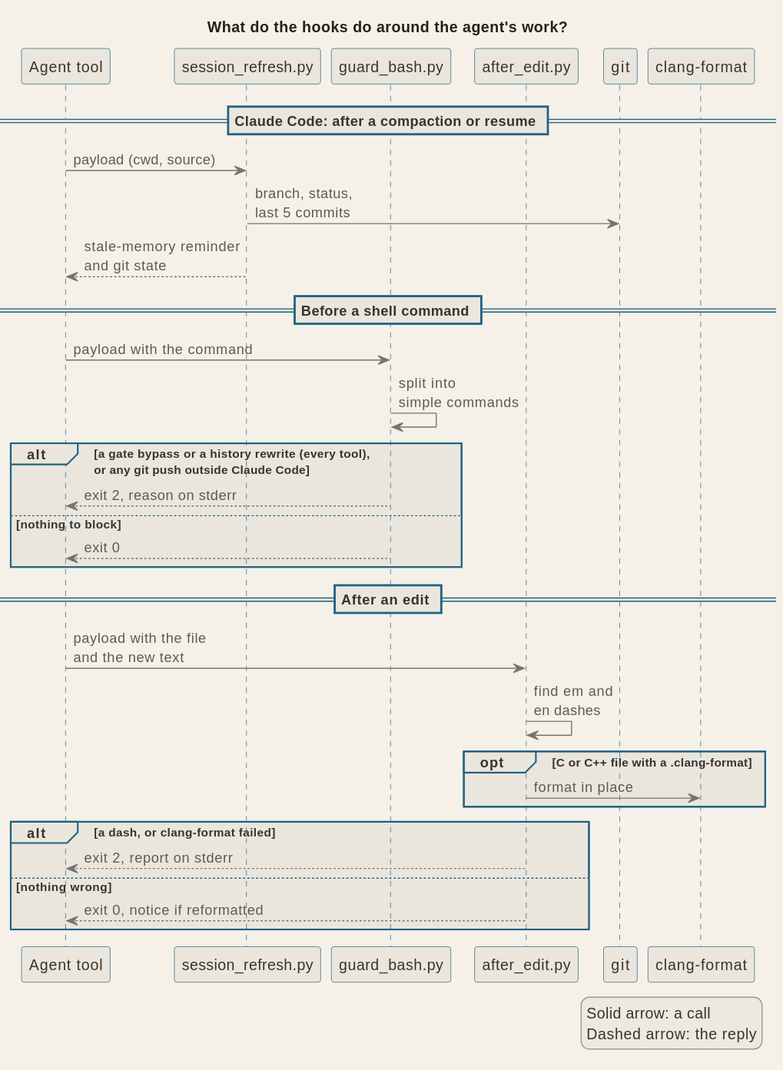
Earlier version of the PlantUML export docs/diagrams/arch_hooks.svg (signorenne/dotagents).
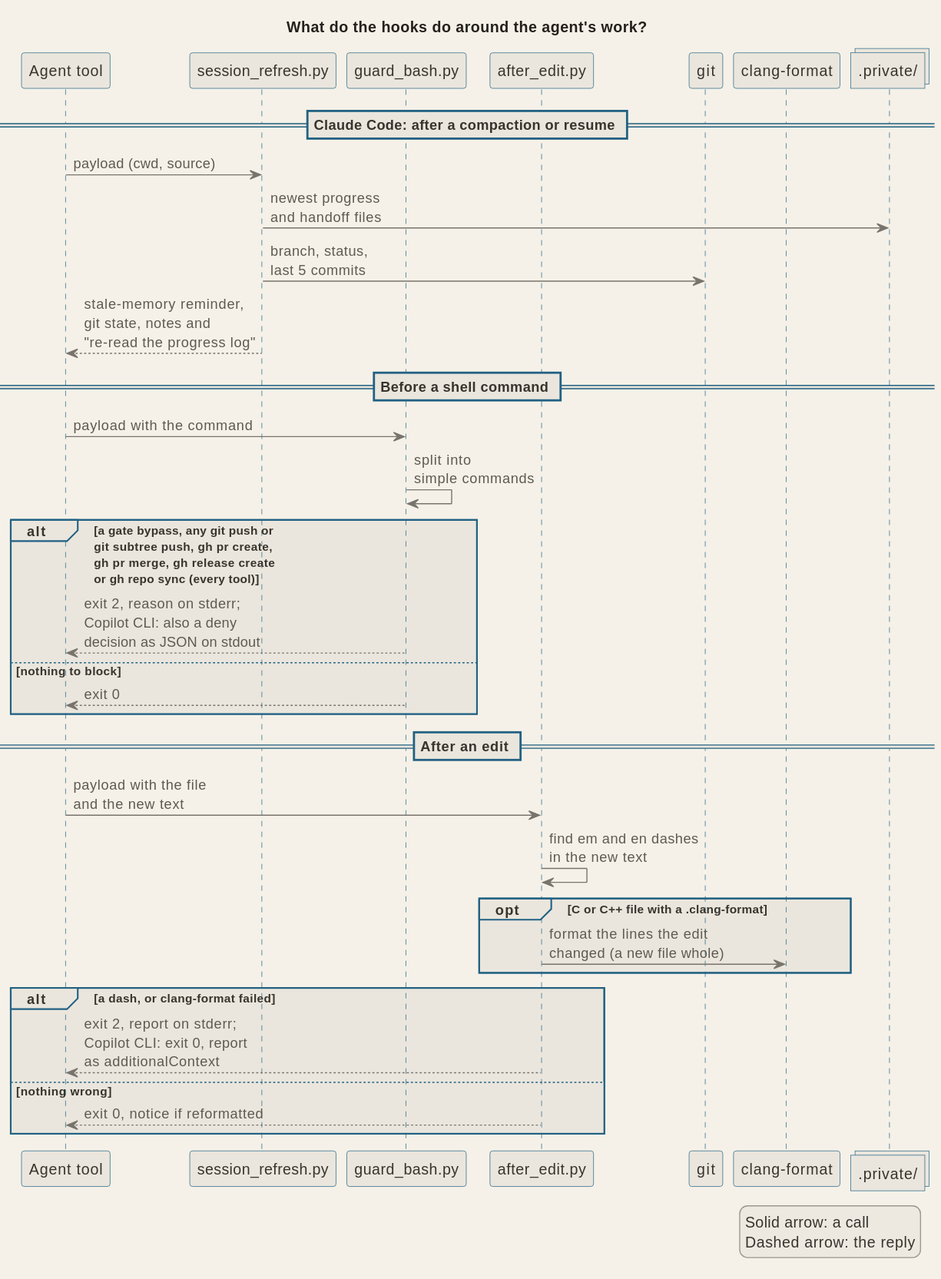
After the change.

The edit, as a diff of the source:
```diff
@@ -8,29 +8,31 @@
 participant "after_edit.py" as edit
 participant "git" as git
 participant "clang-format" as format
+collections ".private/" as notes
 
 == Claude Code: after a compaction or resume ==
 tool -> refresh : payload (cwd, source)
+refresh -> notes : newest progress\nand handoff files
 refresh -> git : branch, status,\nlast 5 commits
-refresh --> tool : stale-memory reminder\nand git state
+refresh --> tool : stale-memory reminder,\ngit state, notes and\n"re-read the progress log"
 
 == Before a shell command ==
 tool -> guard : payload with the command
 guard -> guard : split into\nsimple commands
-alt a gate bypass or a history rewrite (every tool),\nor any git push outside Claude Code
-  guard --> tool : exit 2, reason on stderr
+alt a gate bypass, any git push or\ngit subtree push, gh pr create,\ngh pr merge, gh release create\nor gh repo sync (every tool)
+  guard --> tool : exit 2, reason on stderr;\nCopilot CLI: also a deny\ndecision as JSON on stdout
 else nothing to block
   guard --> tool : exit 0
 end
 
 == After an edit ==
 tool -> edit : payload with the file\nand the new text
-edit -> edit : find em and\nen dashes
+edit -> edit : find em and en dashes\nin the new text
 opt C or C++ file with a .clang-format
-  edit -> format : format in place
+  edit -> format : format the lines the edit\nchanged (a new file whole)
 end
 alt a dash, or clang-format failed
-  edit --> tool : exit 2, report on stderr
+  edit --> tool : exit 2, report on stderr;\nCopilot CLI: exit 0, report\nas additionalContext
 else nothing wrong
   edit --> tool : exit 0, notice if reformatted
 end
```
